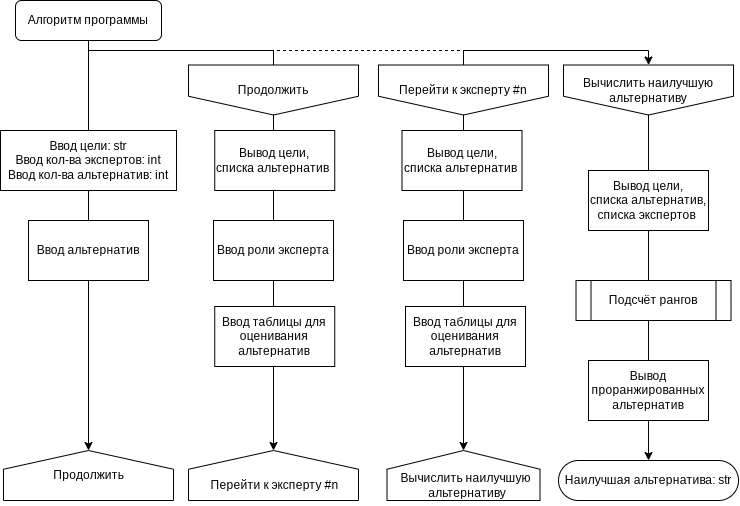
Before: 3_курс/5_семестр/ТСиСА/Курсовая/Диаграммы/диаграммы-Алгоритм программы.drawio.png, a diagram exported from draw.io (Luzinsan/tusur). Source tidied: cells renumbered, new cells last; positions are measured from the earlier drawing's top-left corner, leaving out a move shared by most shapes.
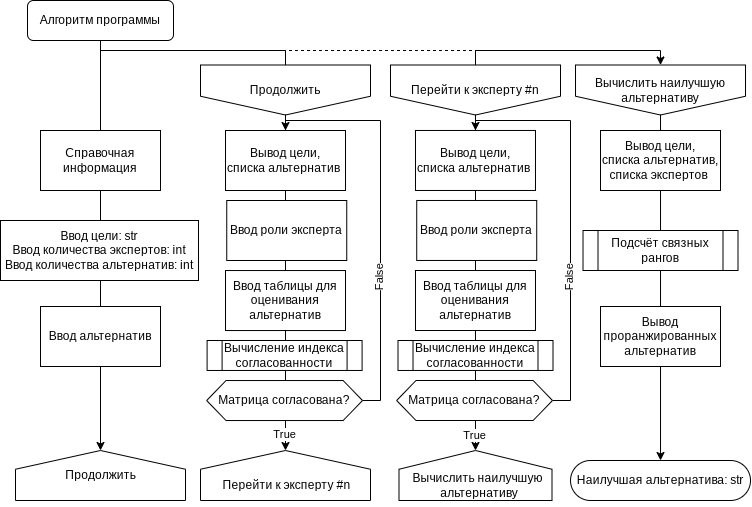
After the commit.

Commit message:
ТСиСА (Курсач): правки диаграмм

Diff of the diagram source:
```diff
@@ -27,11 +27,11 @@
         </Array>
       </mxGeometry>
     </mxCell>
-    <mxCell id="7" value="&lt;font style=&quot;font-size: 12px;&quot;&gt;Подсчёт рангов&lt;/font&gt;" style="shape=process;whiteSpace=wrap;html=1;backgroundOutline=1;labelBackgroundColor=none;fontSize=9;" parent="1" vertex="1">
-      <mxGeometry x="575.5" y="280" width="155" height="40" as="geometry" />
+    <mxCell id="7" value="&lt;font style=&quot;font-size: 12px;&quot;&gt;Подсчёт связных рангов&lt;/font&gt;" style="shape=process;whiteSpace=wrap;html=1;backgroundOutline=1;labelBackgroundColor=none;fontSize=9;" parent="1" vertex="1">
+      <mxGeometry x="570.5" y="230" width="155" height="40" as="geometry" />
     </mxCell>
     <mxCell id="8" value="Ввод альтернатив" style="whiteSpace=wrap;html=1;" parent="1" vertex="1">
-      <mxGeometry x="28" y="220" width="120" height="60" as="geometry" />
+      <mxGeometry x="28" y="306" width="120" height="60" as="geometry" />
     </mxCell>
     <mxCell id="9" style="shape=offPageConnector;whiteSpace=wrap;html=1;labelBackgroundColor=none;fontSize=12;rotation=-180;" parent="1" vertex="1">
       <mxGeometry x="3" y="450" width="170" height="50" as="geometry" />
@@ -39,9 +39,14 @@
     <mxCell id="10" style="shape=offPageConnector;whiteSpace=wrap;html=1;labelBackgroundColor=none;fontSize=12;rotation=-180;" parent="1" vertex="1">
       <mxGeometry x="188" y="450" width="170" height="50" as="geometry" />
     </mxCell>
-    <mxCell id="11" style="edgeStyle=orthogonalEdgeStyle;rounded=0;jettySize=auto;html=1;entryX=0.5;entryY=1;entryDx=0;entryDy=0;fontSize=12;" parent="1" edge="1" source="12" target="10">
+    <mxCell id="11" style="edgeStyle=orthogonalEdgeStyle;rounded=0;jettySize=auto;html=1;entryX=0.5;entryY=1;entryDx=0;entryDy=0;" parent="1" edge="1" source="12" target="10">
       <mxGeometry relative="1" as="geometry" />
     </mxCell>
+    <mxCell id="31" value="True" style="edgeLabel;html=1;align=center;verticalAlign=middle;" parent="11" vertex="1">
+      <mxGeometry x="0.75" y="-1" relative="1" as="geometry">
+        <mxPoint y="26" as="offset" />
+      </mxGeometry>
+    </mxCell>
     <mxCell id="12" value="&lt;span style=&quot;&quot;&gt;Продолжить&lt;/span&gt;" style="shape=offPageConnector;whiteSpace=wrap;html=1;labelBackgroundColor=none;fontSize=12;rotation=0;" parent="1" vertex="1">
       <mxGeometry x="188" y="64.5" width="170" height="50" as="geometry" />
     </mxCell>
@@ -51,9 +56,6 @@
     <mxCell id="14" value="Перейти к эксперту #n" style="text;html=1;align=center;verticalAlign=middle;strokeColor=none;fillColor=none;" parent="1" vertex="1">
       <mxGeometry x="199.2" y="470" width="150" height="30" as="geometry" />
     </mxCell>
-    <mxCell id="15" value="Ввод роли эксперта" style="whiteSpace=wrap;html=1;" parent="1" vertex="1">
-      <mxGeometry x="213" y="220" width="120" height="60" as="geometry" />
-    </mxCell>
     <mxCell id="16" style="edgeStyle=orthogonalEdgeStyle;rounded=0;jettySize=auto;html=1;entryX=0.5;entryY=1;entryDx=0;entryDy=0;fontSize=12;" parent="1" edge="1" source="18" target="20">
       <mxGeometry relative="1" as="geometry" />
     </mxCell>
@@ -68,9 +70,6 @@
     <mxCell id="18" value="&lt;span style=&quot;&quot;&gt;Перейти к эксперту #n&lt;/span&gt;" style="shape=offPageConnector;whiteSpace=wrap;html=1;labelBackgroundColor=none;fontSize=12;rotation=0;" parent="1" vertex="1">
       <mxGeometry x="378" y="64.5" width="170" height="50" as="geometry" />
     </mxCell>
-    <mxCell id="19" value="Ввод таблицы для оценивания альтернатив" style="whiteSpace=wrap;html=1;" parent="1" vertex="1">
-      <mxGeometry x="405" y="306" width="120" height="60" as="geometry" />
-    </mxCell>
     <mxCell id="20" style="shape=offPageConnector;whiteSpace=wrap;html=1;labelBackgroundColor=none;fontSize=12;rotation=-180;" parent="1" vertex="1">
       <mxGeometry x="386.5" y="450" width="153" height="50" as="geometry" />
     </mxCell>
@@ -81,28 +80,76 @@
       <mxGeometry x="563" y="64.5" width="170" height="50" as="geometry" />
     </mxCell>
     <mxCell id="23" value="Вывод цели, &lt;br&gt;списка альтернатив,&lt;br&gt;списка экспертов&amp;nbsp;" style="whiteSpace=wrap;html=1;" parent="1" vertex="1">
-      <mxGeometry x="588" y="170" width="120" height="60" as="geometry" />
+      <mxGeometry x="588" y="130" width="120" height="60" as="geometry" />
     </mxCell>
     <mxCell id="24" value="Вывод проранжированных альтернатив" style="whiteSpace=wrap;html=1;" parent="1" vertex="1">
-      <mxGeometry x="588" y="360" width="120" height="60" as="geometry" />
+      <mxGeometry x="588" y="306" width="120" height="60" as="geometry" />
     </mxCell>
     <mxCell id="25" value="&lt;span style=&quot;font-size: 12px;&quot;&gt;Наилучшая альтернатива: str&lt;/span&gt;" style="rounded=1;whiteSpace=wrap;html=1;fontSize=12;arcSize=50;" parent="1" vertex="1">
       <mxGeometry x="558" y="460" width="180" height="40" as="geometry" />
     </mxCell>
-    <mxCell id="26" value="Ввод цели: str&lt;br&gt;Ввод кол-ва экспертов: int&lt;br&gt;Ввод кол-ва альтернатив: int" style="whiteSpace=wrap;html=1;" parent="1" vertex="1">
-      <mxGeometry y="130" width="176" height="60" as="geometry" />
+    <mxCell id="26" value="Ввод цели: str&lt;br&gt;Ввод количества экспертов: int&lt;br&gt;Ввод количества альтернатив: int" style="whiteSpace=wrap;html=1;" parent="1" vertex="1">
+      <mxGeometry x="-12" y="220" width="198" height="60" as="geometry" />
     </mxCell>
     <mxCell id="27" value="Вывод цели, &lt;br&gt;списка альтернатив&amp;nbsp;" style="whiteSpace=wrap;html=1;" parent="1" vertex="1">
-      <mxGeometry x="214.2" y="130" width="120" height="60" as="geometry" />
+      <mxGeometry x="213" y="130" width="120" height="60" as="geometry" />
     </mxCell>
     <mxCell id="28" value="Ввод таблицы для оценивания альтернатив" style="whiteSpace=wrap;html=1;" parent="1" vertex="1">
-      <mxGeometry x="214.2" y="306" width="120" height="60" as="geometry" />
+      <mxGeometry x="213" y="270" width="120" height="60" as="geometry" />
     </mxCell>
+    <mxCell id="32" value="Справочная информация" style="whiteSpace=wrap;html=1;" parent="1" vertex="1">
+      <mxGeometry x="28" y="130" width="120" height="60" as="geometry" />
+    </mxCell>
+    <mxCell id="33" style="edgeStyle=orthogonalEdgeStyle;rounded=0;jettySize=auto;html=1;entryX=0.5;entryY=0;entryDx=0;entryDy=0;" parent="1" edge="1" source="35" target="27">
+      <mxGeometry relative="1" as="geometry">
+        <Array as="points">
+          <mxPoint x="368" y="400" />
+          <mxPoint x="368" y="120" />
+          <mxPoint x="273" y="120" />
+        </Array>
+      </mxGeometry>
+    </mxCell>
+    <mxCell id="34" value="False" style="edgeLabel;html=1;align=center;verticalAlign=middle;rotation=0;horizontal=0;" parent="33" vertex="1">
+      <mxGeometry x="-0.3" y="2" relative="1" as="geometry" />
+    </mxCell>
+    <mxCell id="35" value="Матрица согласована?" style="shape=hexagon;perimeter=hexagonPerimeter2;whiteSpace=wrap;html=1;fixedSize=1;labelBackgroundColor=none;fontSize=12;size=19.379999999999995;" parent="1" vertex="1">
+      <mxGeometry x="194.2" y="380" width="155.8" height="40" as="geometry" />
+    </mxCell>
+    <mxCell id="15" value="Ввод роли эксперта" style="whiteSpace=wrap;html=1;" parent="1" vertex="1">
+      <mxGeometry x="214.2" y="200" width="120" height="60" as="geometry" />
+    </mxCell>
+    <mxCell id="36" value="True" style="edgeLabel;html=1;align=center;verticalAlign=middle;" parent="1" vertex="1">
+      <mxGeometry x="462" y="434.2" as="geometry" />
+    </mxCell>
     <mxCell id="29" value="Вывод цели, &lt;br&gt;списка альтернатив&amp;nbsp;" style="whiteSpace=wrap;html=1;" parent="1" vertex="1">
-      <mxGeometry x="401.5" y="130" width="120" height="60" as="geometry" />
+      <mxGeometry x="403" y="130" width="120" height="60" as="geometry" />
     </mxCell>
+    <mxCell id="19" value="Ввод таблицы для оценивания альтернатив" style="whiteSpace=wrap;html=1;" parent="1" vertex="1">
+      <mxGeometry x="403" y="270" width="120" height="60" as="geometry" />
+    </mxCell>
+    <mxCell id="37" style="edgeStyle=orthogonalEdgeStyle;rounded=0;jettySize=auto;html=1;entryX=0.5;entryY=0;entryDx=0;entryDy=0;" parent="1" edge="1" source="39" target="29">
+      <mxGeometry relative="1" as="geometry">
+        <Array as="points">
+          <mxPoint x="558" y="400" />
+          <mxPoint x="558" y="120" />
+          <mxPoint x="463" y="120" />
+        </Array>
+      </mxGeometry>
+    </mxCell>
+    <mxCell id="38" value="False" style="edgeLabel;html=1;align=center;verticalAlign=middle;rotation=0;horizontal=0;" parent="37" vertex="1">
+      <mxGeometry x="-0.3" y="2" relative="1" as="geometry" />
+    </mxCell>
+    <mxCell id="39" value="Матрица согласована?" style="shape=hexagon;perimeter=hexagonPerimeter2;whiteSpace=wrap;html=1;fixedSize=1;labelBackgroundColor=none;fontSize=12;size=19.379999999999995;" parent="1" vertex="1">
+      <mxGeometry x="384.1" y="380" width="155.8" height="40" as="geometry" />
+    </mxCell>
     <mxCell id="30" value="Ввод роли эксперта" style="whiteSpace=wrap;html=1;" parent="1" vertex="1">
-      <mxGeometry x="403" y="220" width="120" height="60" as="geometry" />
+      <mxGeometry x="404.2" y="200" width="120" height="60" as="geometry" />
     </mxCell>
+    <mxCell id="40" value="&lt;font style=&quot;font-size: 12px;&quot;&gt;Вычисление индекса согласованности&lt;/font&gt;" style="shape=process;whiteSpace=wrap;html=1;backgroundOutline=1;labelBackgroundColor=none;fontSize=9;" parent="1" vertex="1">
+      <mxGeometry x="194.6" y="340" width="155" height="30" as="geometry" />
+    </mxCell>
+    <mxCell id="41" value="&lt;font style=&quot;font-size: 12px;&quot;&gt;Вычисление индекса согласованности&lt;/font&gt;" style="shape=process;whiteSpace=wrap;html=1;backgroundOutline=1;labelBackgroundColor=none;fontSize=9;" parent="1" vertex="1">
+      <mxGeometry x="385.5" y="340" width="155" height="30" as="geometry" />
+    </mxCell>
   </root>
 </mxGraphModel>
```
